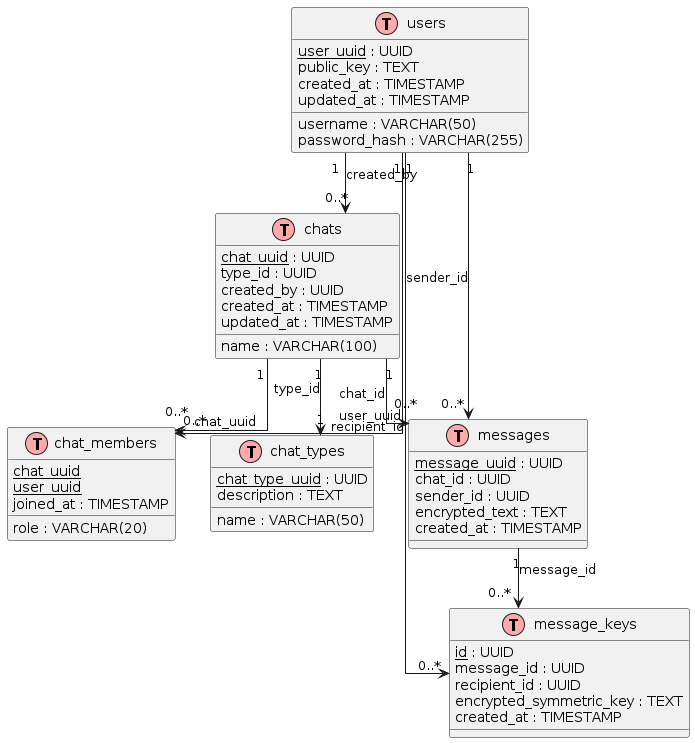
This is docs/db.png from sbilibin2017/bil-message, a PlantUML export, as it was before one commit.
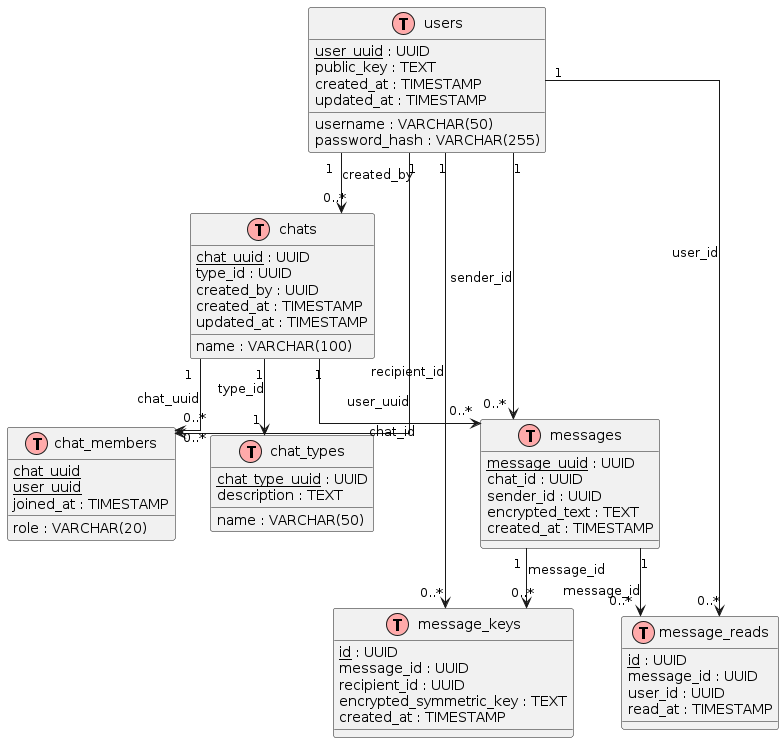
The same diagram one commit later.

What changed in the source:
```diff
@@ -50,15 +50,24 @@
     created_at : TIMESTAMP
 }
 
+table(message_reads) {
+    <u>id</u> : UUID
+    message_id : UUID
+    user_id : UUID
+    read_at : TIMESTAMP
+}
+
 users "1" -down-> "0..*" chats : created_by
 users "1" -down-> "0..*" chat_members : user_uuid
 users "1" -down-> "0..*" messages : sender_id
 users "1" -down-> "0..*" message_keys : recipient_id
+users "1" -down-> "0..*" message_reads : user_id
 
 chats "1" -down-> "0..*" chat_members : chat_uuid
 chats "1" -down-> "0..*" messages : chat_id
 chats "1" -down-> "1" chat_types : type_id
 
 messages "1" -down-> "0..*" message_keys : message_id
+messages "1" -down-> "0..*" message_reads : message_id
 
 @enduml
```
